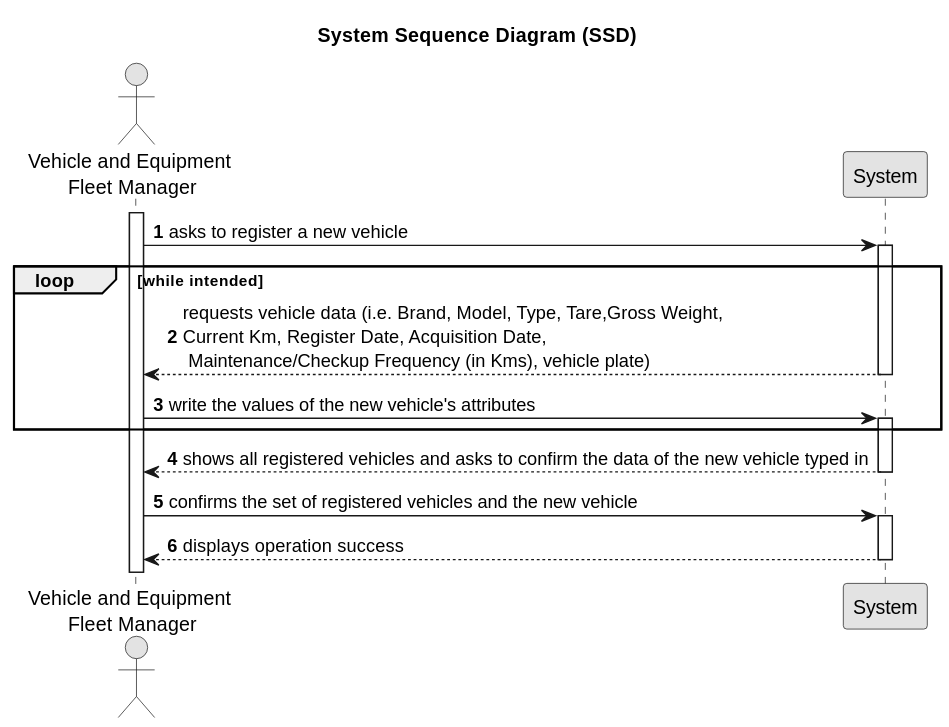
This is docs/sprintA/us006/01.requirements-engineering/svg/us006-system-sequence-diagram-alternative-one.svg from 1231360-ISEP/lei-24-s2-1db-g021, a PlantUML export, as it was before one commit.
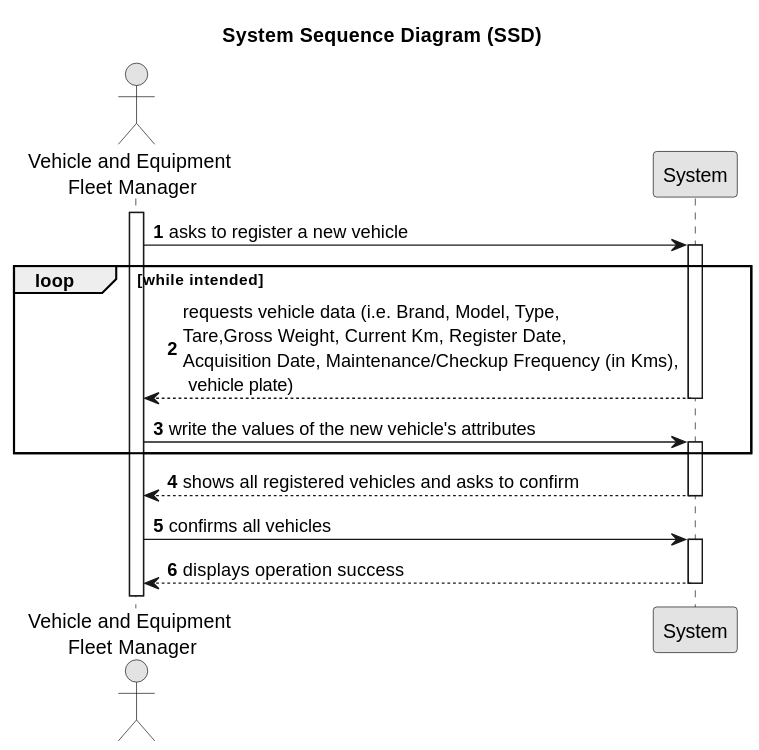
Later version of the same file.

Commit message:
US6 - modification of the system sequence diagram and SVG

Change to the diagram source:
```diff
@@ -16,17 +16,17 @@
     activate System
 
     loop while intended
-            System --> VFM : requests vehicle data (i.e. Brand, Model, Type, Tare,Gross Weight, \nCurrent Km, Register Date, Acquisition Date,\n Maintenance/Checkup Frequency (in Kms), vehicle plate)
+            System --> VFM : requests vehicle data (i.e. Brand, Model, Type, \nTare,Gross Weight, Current Km, Register Date, \nAcquisition Date, Maintenance/Checkup Frequency (in Kms),\n vehicle plate)
         deactivate System
 
         VFM -> System : write the values of the new vehicle's attributes
         activate System
     end
 
-        System --> VFM : shows all registered vehicles and asks to confirm the data of the new vehicle typed in
+        System --> VFM : shows all registered vehicles and asks to confirm
     deactivate System
 
-    VFM -> System : confirms the set of registered vehicles and the new vehicle
+    VFM -> System : confirms all vehicles
     activate System
 
     System --> VFM : displays operation success
```
